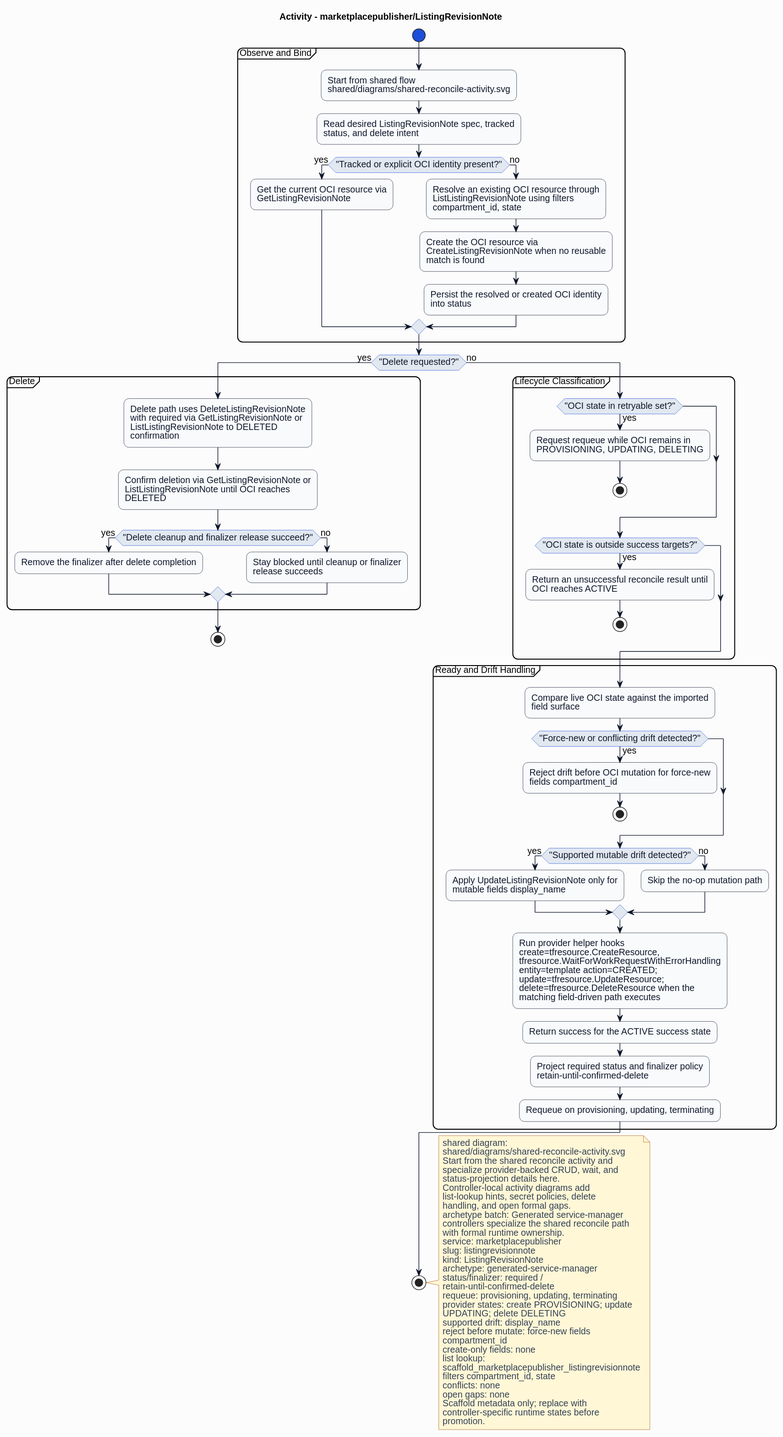
Above: formal/controllers/marketplacepublisher/listingrevisionnote/diagrams/activity.svg in HaoyL666/oci-service-operator (PlantUML), before the change. Source of this version:
```plantuml
@startuml
skinparam shadowing false
skinparam backgroundColor #fcfcfd
skinparam defaultFontName Helvetica
skinparam defaultFontSize 14
skinparam arrowColor #0f172a
skinparam noteBackgroundColor #fff7d6
skinparam noteBorderColor #b45309
skinparam noteFontColor #334155
skinparam roundcorner 16
title Activity - marketplacepublisher/ListingRevisionNote
skinparam activity {
  backgroundColor #f8fafc
  borderColor #0f172a
  fontColor #0f172a
  diamondBackgroundColor #e2e8f0
  diamondBorderColor #1d4ed8
  diamondFontColor #0f172a
  startColor #1d4ed8
  endColor #0f172a
  barColor #1d4ed8
}
start
partition "Observe and Bind" {
:Start from shared flow\nshared/diagrams/shared-reconcile-activity.svg;
:Read desired ListingRevisionNote spec, tracked\nstatus, and delete intent;
if ("Tracked or explicit OCI identity present?") then (yes)
:Get the current OCI resource via\nGetListingRevisionNote;
else (no)
:Resolve an existing OCI resource through\nListListingRevisionNote using filters\ncompartment_id, state;
:Create the OCI resource via\nCreateListingRevisionNote when no reusable\nmatch is found;
:Persist the resolved or created OCI identity\ninto status;
endif
}
if ("Delete requested?") then (yes)
partition "Delete" {
:Delete path uses DeleteListingRevisionNote\nwith required via GetListingRevisionNote or\nListListingRevisionNote to DELETED\nconfirmation;
:Confirm deletion via GetListingRevisionNote or\nListListingRevisionNote until OCI reaches\nDELETED;
if ("Delete cleanup and finalizer release succeed?") then (yes)
:Remove the finalizer after delete completion;
else (no)
:Stay blocked until cleanup or finalizer\nrelease succeeds;
endif
}
stop
else (no)
partition "Lifecycle Classification" {
if ("OCI state in retryable set?") then (yes)
:Request requeue while OCI remains in\nPROVISIONING, UPDATING, DELETING;
stop
endif
if ("OCI state is outside success targets?") then (yes)
:Return an unsuccessful reconcile result until\nOCI reaches ACTIVE;
stop
endif
}
partition "Ready and Drift Handling" {
:Compare live OCI state against the imported\nfield surface;
if ("Force-new or conflicting drift detected?") then (yes)
:Reject drift before OCI mutation for force-new\nfields compartment_id;
stop
endif
if ("Supported mutable drift detected?") then (yes)
:Apply UpdateListingRevisionNote only for\nmutable fields display_name;
else (no)
:Skip the no-op mutation path;
endif
:Run provider helper hooks\ncreate=tfresource.CreateResource,\ntfresource.WaitForWorkRequestWithErrorHandling\nentity=template action=CREATED;\nupdate=tfresource.UpdateResource;\ndelete=tfresource.DeleteResource when the\nmatching field-driven path executes;
:Return success for the ACTIVE success state;
:Project required status and finalizer policy\nretain-until-confirmed-delete;
:Requeue on provisioning, updating, terminating;
}
endif
stop
note right
shared diagram:
shared/diagrams/shared-reconcile-activity.svg
Start from the shared reconcile activity and
specialize provider-backed CRUD, wait, and
status-projection details here.
Controller-local activity diagrams add
list-lookup hints, secret policies, delete
handling, and open formal gaps.
archetype batch: Generated service-manager
controllers specialize the shared reconcile path
with formal runtime ownership.
service: marketplacepublisher
slug: listingrevisionnote
kind: ListingRevisionNote
archetype: generated-service-manager
status/finalizer: required /
retain-until-confirmed-delete
requeue: provisioning, updating, terminating
provider states: create PROVISIONING; update
UPDATING; delete DELETING
supported drift: display_name
reject before mutate: force-new fields
compartment_id
create-only fields: none
list lookup:
scaffold_marketplacepublisher_listingrevisionnote
filters compartment_id, state
conflicts: none
open gaps: none
Scaffold metadata only; replace with
controller-specific runtime states before
promotion.
end note
@enduml
```
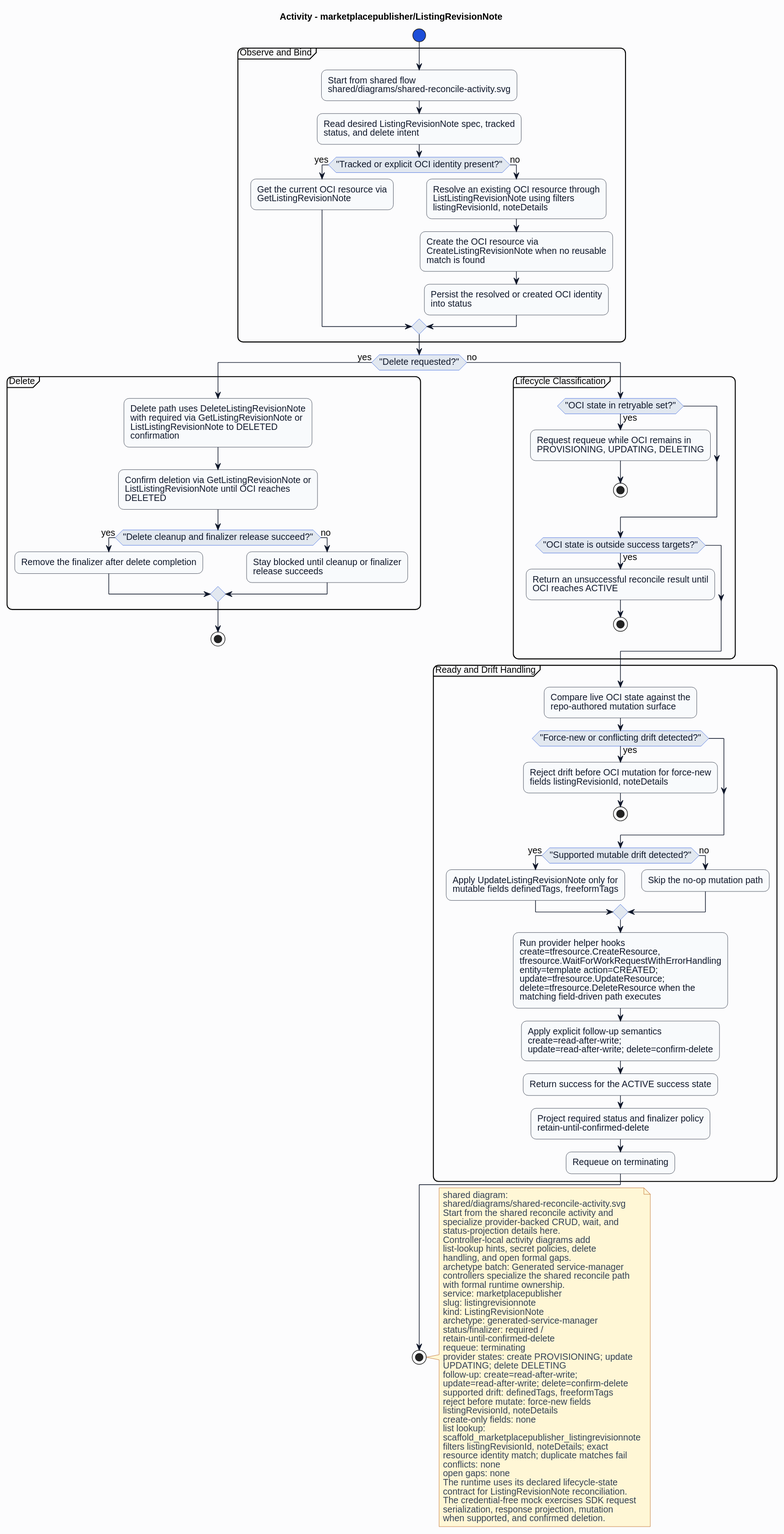
The same file after the commit.

Change to the diagram source:
```diff
@@ -27,7 +27,7 @@
 if ("Tracked or explicit OCI identity present?") then (yes)
 :Get the current OCI resource via\nGetListingRevisionNote;
 else (no)
-:Resolve an existing OCI resource through\nListListingRevisionNote using filters\ncompartment_id, state;
+:Resolve an existing OCI resource through\nListListingRevisionNote using filters\nlistingRevisionId, noteDetails;
 :Create the OCI resource via\nCreateListingRevisionNote when no reusable\nmatch is found;
 :Persist the resolved or created OCI identity\ninto status;
 endif
@@ -55,20 +55,21 @@
 endif
 }
 partition "Ready and Drift Handling" {
-:Compare live OCI state against the imported\nfield surface;
+:Compare live OCI state against the\nrepo-authored mutation surface;
 if ("Force-new or conflicting drift detected?") then (yes)
-:Reject drift before OCI mutation for force-new\nfields compartment_id;
+:Reject drift before OCI mutation for force-new\nfields listingRevisionId, noteDetails;
 stop
 endif
 if ("Supported mutable drift detected?") then (yes)
-:Apply UpdateListingRevisionNote only for\nmutable fields display_name;
+:Apply UpdateListingRevisionNote only for\nmutable fields definedTags, freeformTags;
 else (no)
 :Skip the no-op mutation path;
 endif
 :Run provider helper hooks\ncreate=tfresource.CreateResource,\ntfresource.WaitForWorkRequestWithErrorHandling\nentity=template action=CREATED;\nupdate=tfresource.UpdateResource;\ndelete=tfresource.DeleteResource when the\nmatching field-driven path executes;
+:Apply explicit follow-up semantics\ncreate=read-after-write;\nupdate=read-after-write; delete=confirm-delete;
 :Return success for the ACTIVE success state;
 :Project required status and finalizer policy\nretain-until-confirmed-delete;
-:Requeue on provisioning, updating, terminating;
+:Requeue on terminating;
 }
 endif
 stop
@@ -90,20 +91,25 @@
 archetype: generated-service-manager
 status/finalizer: required /
 retain-until-confirmed-delete
-requeue: provisioning, updating, terminating
+requeue: terminating
 provider states: create PROVISIONING; update
 UPDATING; delete DELETING
-supported drift: display_name
+follow-up: create=read-after-write;
+update=read-after-write; delete=confirm-delete
+supported drift: definedTags, freeformTags
 reject before mutate: force-new fields
-compartment_id
+listingRevisionId, noteDetails
 create-only fields: none
 list lookup:
 scaffold_marketplacepublisher_listingrevisionnote
-filters compartment_id, state
+filters listingRevisionId, noteDetails; exact
+resource identity match; duplicate matches fail
 conflicts: none
 open gaps: none
-Scaffold metadata only; replace with
-controller-specific runtime states before
-promotion.
+The runtime uses its declared lifecycle-state
+contract for ListingRevisionNote reconciliation.
+The credential-free mock exercises SDK request
+serialization, response projection, mutation
+when supported, and confirmed deletion.
 end note
 @enduml
```
